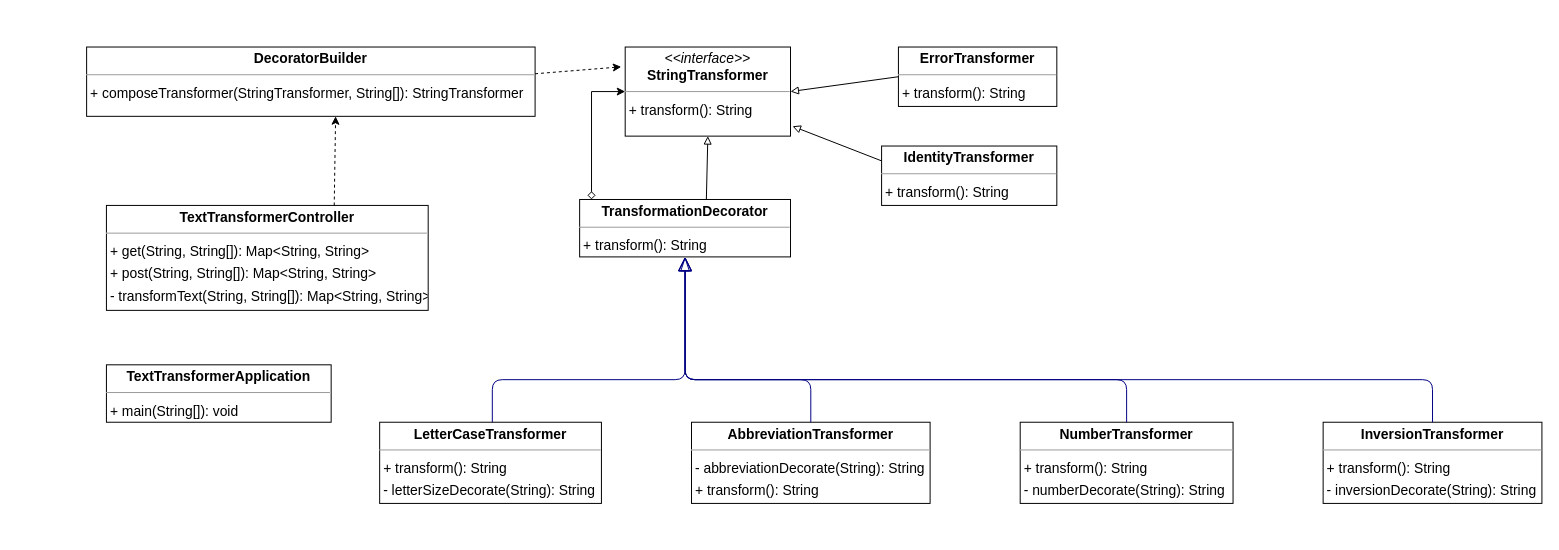
JakubWieclaw/IOD-L11-Alpha keeps this draw.io diagram as IOD_L11_Alpha_UML.drawio. Above is the earlier version. Source tidied: cells renumbered, new cells numbered last; positions are measured from the earlier drawing's top-left corner, leaving out a move shared by most shapes. Both pictures are drawn from the tidied source at 99%, with x=0, y=0 at pixel (86, 47).
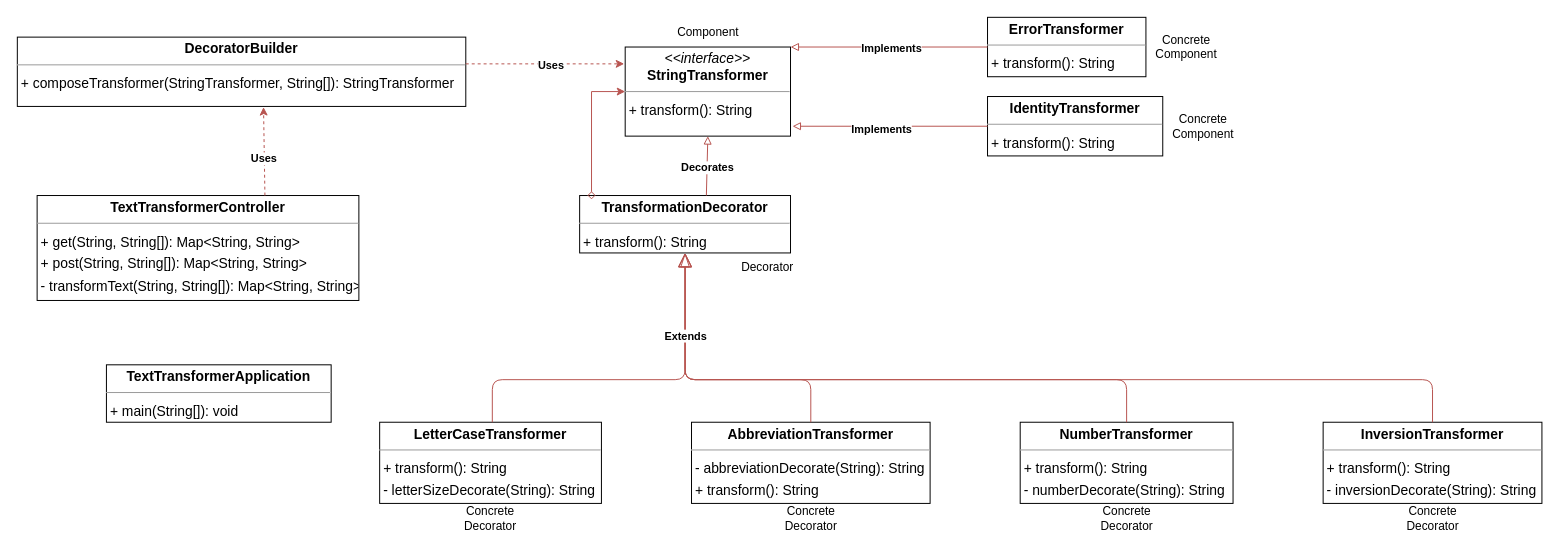
Above is the later version.

Unchanged cells that the change refers to:
```xml
<mxCell id="2" value="&lt;p style=&quot;margin:0px;margin-top:4px;text-align:center;&quot;&gt;&lt;b&gt;AbbreviationTransformer&lt;/b&gt;&lt;/p&gt;&lt;hr size=&quot;1&quot;/&gt;&lt;p style=&quot;margin:0 0 0 4px;line-height:1.6;&quot;&gt;- abbreviationDecorate(String): String&lt;br/&gt;+ transform(): String&lt;/p&gt;" style="verticalAlign=top;align=left;overflow=fill;fontSize=14;fontFamily=Helvetica;html=1;rounded=0;shadow=0;comic=0;labelBackgroundColor=none;strokeWidth=1;" parent="1" vertex="1">
  <mxGeometry x="611" y="379" width="241" height="82" as="geometry" />
</mxCell>
<mxCell id="6" value="&lt;p style=&quot;margin:0px;margin-top:4px;text-align:center;&quot;&gt;&lt;b&gt;InversionTransformer&lt;/b&gt;&lt;/p&gt;&lt;hr size=&quot;1&quot;/&gt;&lt;p style=&quot;margin:0 0 0 4px;line-height:1.6;&quot;&gt;+ transform(): String&lt;br/&gt;- inversionDecorate(String): String&lt;/p&gt;" style="verticalAlign=top;align=left;overflow=fill;fontSize=14;fontFamily=Helvetica;html=1;rounded=0;shadow=0;comic=0;labelBackgroundColor=none;strokeWidth=1;" parent="1" vertex="1">
  <mxGeometry x="1249" y="379" width="221" height="82" as="geometry" />
</mxCell>
<mxCell id="7" value="&lt;p style=&quot;margin:0px;margin-top:4px;text-align:center;&quot;&gt;&lt;b&gt;LetterCaseTransformer&lt;/b&gt;&lt;/p&gt;&lt;hr size=&quot;1&quot;/&gt;&lt;p style=&quot;margin:0 0 0 4px;line-height:1.6;&quot;&gt;+ transform(): String&lt;br/&gt;- letterSizeDecorate(String): String&lt;/p&gt;" style="verticalAlign=top;align=left;overflow=fill;fontSize=14;fontFamily=Helvetica;html=1;rounded=0;shadow=0;comic=0;labelBackgroundColor=none;strokeWidth=1;" parent="1" vertex="1">
  <mxGeometry x="296" y="379" width="224" height="82" as="geometry" />
</mxCell>
<mxCell id="8" value="&lt;p style=&quot;margin:0px;margin-top:4px;text-align:center;&quot;&gt;&lt;b&gt;NumberTransformer&lt;/b&gt;&lt;/p&gt;&lt;hr size=&quot;1&quot;/&gt;&lt;p style=&quot;margin:0 0 0 4px;line-height:1.6;&quot;&gt;+ transform(): String&lt;br/&gt;- numberDecorate(String): String&lt;/p&gt;" style="verticalAlign=top;align=left;overflow=fill;fontSize=14;fontFamily=Helvetica;html=1;rounded=0;shadow=0;comic=0;labelBackgroundColor=none;strokeWidth=1;" parent="1" vertex="1">
  <mxGeometry x="943" y="379" width="215" height="82" as="geometry" />
</mxCell>
<mxCell id="9" value="&lt;p style=&quot;margin:0px;margin-top:4px;text-align:center;&quot;&gt;&lt;i&gt;&amp;lt;&amp;lt;interface&amp;gt;&amp;gt;&lt;/i&gt;&lt;br/&gt;&lt;b&gt;StringTransformer&lt;/b&gt;&lt;/p&gt;&lt;hr size=&quot;1&quot;/&gt;&lt;p style=&quot;margin:0 0 0 4px;line-height:1.6;&quot;&gt;+ transform(): String&lt;/p&gt;" style="verticalAlign=top;align=left;overflow=fill;fontSize=14;fontFamily=Helvetica;html=1;rounded=0;shadow=0;comic=0;labelBackgroundColor=none;strokeWidth=1;" parent="1" vertex="1">
  <mxGeometry x="544" width="167" height="90" as="geometry" />
</mxCell>
```

Change to the diagram source:
```diff
@@
     <mxCell id="3" value="&lt;p style=&quot;margin:0px;margin-top:4px;text-align:center;&quot;&gt;&lt;b&gt;DecoratorBuilder&lt;/b&gt;&lt;/p&gt;&lt;hr size=&quot;1&quot;/&gt;&lt;p style=&quot;margin:0 0 0 4px;line-height:1.6;&quot;&gt;+ composeTransformer(StringTransformer, String[]): StringTransformer&lt;/p&gt;" style="verticalAlign=top;align=left;overflow=fill;fontSize=14;fontFamily=Helvetica;html=1;rounded=0;shadow=0;comic=0;labelBackgroundColor=none;strokeWidth=1;" parent="1" vertex="1">
-      <mxGeometry width="453" height="70" as="geometry" />
+      <mxGeometry x="-70" y="-10" width="453" height="70" as="geometry" />
     </mxCell>
     <mxCell id="4" value="&lt;p style=&quot;margin:0px;margin-top:4px;text-align:center;&quot;&gt;&lt;b&gt;ErrorTransformer&lt;/b&gt;&lt;/p&gt;&lt;hr size=&quot;1&quot;/&gt;&lt;p style=&quot;margin:0 0 0 4px;line-height:1.6;&quot;&gt;+ transform(): String&lt;/p&gt;" style="verticalAlign=top;align=left;overflow=fill;fontSize=14;fontFamily=Helvetica;html=1;rounded=0;shadow=0;comic=0;labelBackgroundColor=none;strokeWidth=1;" parent="1" vertex="1">
-      <mxGeometry x="820" width="160" height="60" as="geometry" />
+      <mxGeometry x="910" y="-30" width="160" height="60" as="geometry" />
     </mxCell>
     <mxCell id="5" value="&lt;p style=&quot;margin:0px;margin-top:4px;text-align:center;&quot;&gt;&lt;b&gt;IdentityTransformer&lt;/b&gt;&lt;/p&gt;&lt;hr size=&quot;1&quot;/&gt;&lt;p style=&quot;margin:0 0 0 4px;line-height:1.6;&quot;&gt;+ transform(): String&lt;/p&gt;" style="verticalAlign=top;align=left;overflow=fill;fontSize=14;fontFamily=Helvetica;html=1;rounded=0;shadow=0;comic=0;labelBackgroundColor=none;strokeWidth=1;" parent="1" vertex="1">
-      <mxGeometry x="803" y="100" width="177" height="60" as="geometry" />
+      <mxGeometry x="910" y="50" width="177" height="60" as="geometry" />
     </mxCell>
@@
     <mxCell id="11" value="&lt;p style=&quot;margin:0px;margin-top:4px;text-align:center;&quot;&gt;&lt;b&gt;TextTransformerController&lt;/b&gt;&lt;/p&gt;&lt;hr size=&quot;1&quot;/&gt;&lt;p style=&quot;margin:0 0 0 4px;line-height:1.6;&quot;&gt;+ get(String, String[]): Map&amp;lt;String, String&amp;gt;&lt;br/&gt;+ post(String, String[]): Map&amp;lt;String, String&amp;gt;&lt;br/&gt;- transformText(String, String[]): Map&amp;lt;String, String&amp;gt;&lt;/p&gt;" style="verticalAlign=top;align=left;overflow=fill;fontSize=14;fontFamily=Helvetica;html=1;rounded=0;shadow=0;comic=0;labelBackgroundColor=none;strokeWidth=1;" parent="1" vertex="1">
-      <mxGeometry x="20" y="160" width="325" height="106" as="geometry" />
+      <mxGeometry x="-50" y="150" width="325" height="106" as="geometry" />
     </mxCell>
     <mxCell id="12" value="&lt;p style=&quot;margin:0px;margin-top:4px;text-align:center;&quot;&gt;&lt;b&gt;TransformationDecorator&lt;/b&gt;&lt;/p&gt;&lt;hr size=&quot;1&quot;/&gt;&lt;p style=&quot;margin:0 0 0 4px;line-height:1.6;&quot;&gt;+ transform(): String&lt;/p&gt;" style="verticalAlign=top;align=left;overflow=fill;fontSize=14;fontFamily=Helvetica;html=1;rounded=0;shadow=0;comic=0;labelBackgroundColor=none;strokeWidth=1;" parent="1" vertex="1">
-      <mxGeometry x="498" y="154" width="213" height="58" as="geometry" />
+      <mxGeometry x="498" y="150" width="213" height="58" as="geometry" />
     </mxCell>
-    <mxCell id="13" style="html=1;rounded=1;edgeStyle=orthogonalEdgeStyle;dashed=0;startArrow=none;endArrow=blockThin;endSize=12;strokeColor=#000082;exitX=0.500;exitY=0.000;exitDx=0;exitDy=0;entryX=0.500;entryY=1.000;entryDx=0;entryDy=0;endFill=0;" parent="1" edge="1" source="2" target="12">
+    <mxCell id="13" style="html=1;rounded=1;edgeStyle=orthogonalEdgeStyle;dashed=0;startArrow=none;endArrow=blockThin;endSize=12;strokeColor=#b85450;exitX=0.500;exitY=0.000;exitDx=0;exitDy=0;entryX=0.500;entryY=1.000;entryDx=0;entryDy=0;endFill=0;fillColor=#f8cecc;" parent="1" edge="1" source="2" target="12">
       <mxGeometry relative="1" as="geometry">
         <Array as="points">
           <mxPoint x="732" y="336" />
           <mxPoint x="605" y="336" />
         </Array>
       </mxGeometry>
     </mxCell>
-    <mxCell id="14" style="html=1;rounded=1;edgeStyle=orthogonalEdgeStyle;dashed=0;startArrow=none;endArrow=block;endSize=12;strokeColor=#000082;exitX=0.500;exitY=0.001;exitDx=0;exitDy=0;entryX=0.500;entryY=1.000;entryDx=0;entryDy=0;endFill=0;" parent="1" edge="1" source="6" target="12">
+    <mxCell id="14" style="html=1;rounded=1;edgeStyle=orthogonalEdgeStyle;dashed=0;startArrow=none;endArrow=block;endSize=12;strokeColor=#b85450;exitX=0.500;exitY=0.001;exitDx=0;exitDy=0;entryX=0.500;entryY=1.000;entryDx=0;entryDy=0;endFill=0;fillColor=#f8cecc;" parent="1" edge="1" source="6" target="12">
       <mxGeometry relative="1" as="geometry">
         <Array as="points">
           <mxPoint x="1360" y="336" />
           <mxPoint x="605" y="336" />
         </Array>
       </mxGeometry>
     </mxCell>
-    <mxCell id="15" style="html=1;rounded=1;edgeStyle=orthogonalEdgeStyle;dashed=0;startArrow=none;endArrow=block;endSize=12;strokeColor=#000082;exitX=0.508;exitY=0.000;exitDx=0;exitDy=0;entryX=0.500;entryY=1.000;entryDx=0;entryDy=0;endFill=0;" parent="1" edge="1" source="7" target="12">
+    <mxCell id="15" style="html=1;rounded=1;edgeStyle=orthogonalEdgeStyle;dashed=0;startArrow=none;endArrow=block;endSize=12;strokeColor=#b85450;exitX=0.508;exitY=0.000;exitDx=0;exitDy=0;entryX=0.500;entryY=1.000;entryDx=0;entryDy=0;endFill=0;fillColor=#f8cecc;" parent="1" edge="1" source="7" target="12">
       <mxGeometry relative="1" as="geometry">
         <Array as="points">
           <mxPoint x="410" y="336" />
           <mxPoint x="605" y="336" />
         </Array>
       </mxGeometry>
     </mxCell>
-    <mxCell id="16" style="html=1;rounded=1;edgeStyle=orthogonalEdgeStyle;dashed=0;startArrow=none;endArrow=block;endSize=12;strokeColor=#000082;exitX=0.500;exitY=0.000;exitDx=0;exitDy=0;entryX=0.500;entryY=1.000;entryDx=0;entryDy=0;endFill=0;" parent="1" edge="1" source="8" target="12">
+    <mxCell id="16" style="html=1;rounded=1;edgeStyle=orthogonalEdgeStyle;dashed=0;startArrow=none;endArrow=block;endSize=12;strokeColor=#b85450;exitX=0.500;exitY=0.000;exitDx=0;exitDy=0;entryX=0.500;entryY=1.000;entryDx=0;entryDy=0;endFill=0;fillColor=#f8cecc;" parent="1" edge="1" source="8" target="12">
       <mxGeometry relative="1" as="geometry">
         <Array as="points">
           <mxPoint x="1051" y="336" />
           <mxPoint x="605" y="336" />
         </Array>
       </mxGeometry>
     </mxCell>
+    <mxCell id="23" value="&lt;b&gt;Extends&lt;/b&gt;" style="edgeLabel;html=1;align=center;verticalAlign=middle;" parent="16" vertex="1">
+      <mxGeometry x="0.73" relative="1" as="geometry" />
+    </mxCell>
-    <mxCell id="17" style="endArrow=block;html=1;rounded=0;exitX=0.601;exitY=0;exitDx=0;exitDy=0;entryX=0.5;entryY=1;entryDx=0;entryDy=0;endFill=0;exitPerimeter=0;" parent="1" edge="1" source="12" target="9">
+    <mxCell id="17" style="endArrow=block;html=1;rounded=0;exitX=0.601;exitY=0;exitDx=0;exitDy=0;entryX=0.5;entryY=1;entryDx=0;entryDy=0;endFill=0;exitPerimeter=0;fillColor=#f8cecc;strokeColor=#b85450;" parent="1" edge="1" source="12" target="9">
       <mxGeometry relative="1" as="geometry" />
     </mxCell>
+    <mxCell id="24" value="&lt;b&gt;Decorates&lt;/b&gt;" style="edgeLabel;html=1;align=center;verticalAlign=middle;" parent="17" vertex="1">
+      <mxGeometry x="-0.02" relative="1" as="geometry" />
+    </mxCell>
-    <mxCell id="18" style="endArrow=block;html=1;rounded=0;exitX=0;exitY=0.25;exitDx=0;exitDy=0;entryX=1.012;entryY=0.889;entryDx=0;entryDy=0;endFill=0;entryPerimeter=0;" parent="1" edge="1" source="5" target="9">
+    <mxCell id="18" style="endArrow=block;html=1;rounded=0;entryX=1.012;entryY=0.889;entryDx=0;entryDy=0;endFill=0;entryPerimeter=0;fillColor=#f8cecc;strokeColor=#b85450;exitX=0;exitY=0.5;exitDx=0;exitDy=0;" parent="1" edge="1" source="5" target="9">
       <mxGeometry relative="1" as="geometry" />
     </mxCell>
+    <mxCell id="25" value="&lt;b&gt;Implements&lt;/b&gt;" style="edgeLabel;html=1;align=center;verticalAlign=middle;" parent="18" vertex="1">
+      <mxGeometry x="0.1" y="2" relative="1" as="geometry" />
+    </mxCell>
-    <mxCell id="19" style="endArrow=block;html=1;rounded=0;exitX=0;exitY=0.5;exitDx=0;exitDy=0;endFill=0;entryX=1;entryY=0.5;entryDx=0;entryDy=0;" parent="1" edge="1" source="4" target="9">
+    <mxCell id="19" style="endArrow=block;html=1;rounded=0;endFill=0;entryX=1;entryY=0;entryDx=0;entryDy=0;fillColor=#f8cecc;strokeColor=#b85450;exitX=0;exitY=0.5;exitDx=0;exitDy=0;" parent="1" edge="1" source="4" target="9">
       <mxGeometry relative="1" as="geometry" />
     </mxCell>
+    <mxCell id="26" value="&lt;b style=&quot;border-color: var(--border-color);&quot;&gt;Implements&lt;/b&gt;" style="edgeLabel;html=1;align=center;verticalAlign=middle;" parent="19" vertex="1">
+      <mxGeometry x="-0.02" y="1" relative="1" as="geometry" />
+    </mxCell>
-    <mxCell id="20" style="endArrow=classic;html=1;rounded=0;entryX=0;entryY=0.5;entryDx=0;entryDy=0;startArrow=diamond;startFill=0;" parent="1" edge="1" target="9">
+    <mxCell id="20" style="endArrow=classic;html=1;rounded=0;entryX=0;entryY=0.5;entryDx=0;entryDy=0;startArrow=diamond;startFill=0;fillColor=#f8cecc;strokeColor=#b85450;" parent="1" edge="1" target="9">
       <mxGeometry relative="1" as="geometry">
         <mxPoint x="510" y="154" as="sourcePoint" />
         <Array as="points">
           <mxPoint x="510" y="45" />
         </Array>
       </mxGeometry>
     </mxCell>
-    <mxCell id="21" style="endArrow=classic;html=1;rounded=0;exitX=0.708;exitY=0;exitDx=0;exitDy=0;exitPerimeter=0;dashed=1;" parent="1" edge="1" source="11">
-      <mxGeometry relative="1" as="geometry">
-        <mxPoint x="251.5" y="70" as="targetPoint" />
-      </mxGeometry>
+    <mxCell id="21" style="endArrow=classic;html=1;rounded=0;exitX=0.708;exitY=0;exitDx=0;exitDy=0;exitPerimeter=0;dashed=1;fillColor=#f8cecc;strokeColor=#b85450;entryX=0.549;entryY=1.01;entryDx=0;entryDy=0;entryPerimeter=0;" parent="1" edge="1" source="11" target="3">
+      <mxGeometry relative="1" as="geometry" />
     </mxCell>
+    <mxCell id="27" value="&lt;b&gt;Uses&lt;/b&gt;" style="edgeLabel;html=1;align=center;verticalAlign=middle;" parent="21" vertex="1">
+      <mxGeometry x="-0.16" y="1" relative="1" as="geometry" />
+    </mxCell>
-    <mxCell id="22" style="endArrow=classic;html=1;rounded=0;dashed=1;exitX=1;exitY=0.386;exitDx=0;exitDy=0;exitPerimeter=0;" parent="1" edge="1" source="3">
-      <mxGeometry relative="1" as="geometry">
-        <mxPoint x="540" y="20" as="targetPoint" />
-      </mxGeometry>
+    <mxCell id="22" style="endArrow=classic;html=1;rounded=0;dashed=1;exitX=1;exitY=0.386;exitDx=0;exitDy=0;exitPerimeter=0;fillColor=#f8cecc;strokeColor=#b85450;entryX=-0.006;entryY=0.189;entryDx=0;entryDy=0;entryPerimeter=0;" parent="1" edge="1" source="3" target="9">
+      <mxGeometry relative="1" as="geometry" />
     </mxCell>
+    <mxCell id="28" value="&lt;b&gt;Uses&lt;/b&gt;" style="edgeLabel;html=1;align=center;verticalAlign=middle;" parent="22" vertex="1">
+      <mxGeometry x="0.06" y="-1" relative="1" as="geometry" />
+    </mxCell>
+    <mxCell id="29" value="Component" style="text;strokeColor=none;align=center;fillColor=none;html=1;verticalAlign=middle;whiteSpace=wrap;rounded=0;" parent="1" vertex="1">
+      <mxGeometry x="597.5" y="-30" width="60" height="30" as="geometry" />
+    </mxCell>
+    <mxCell id="30" value="Concrete Decorator" style="text;strokeColor=none;align=center;fillColor=none;html=1;verticalAlign=middle;whiteSpace=wrap;rounded=0;" parent="1" vertex="1">
+      <mxGeometry x="378" y="461" width="60" height="30" as="geometry" />
+    </mxCell>
+    <mxCell id="31" value="Concrete Decorator" style="text;strokeColor=none;align=center;fillColor=none;html=1;verticalAlign=middle;whiteSpace=wrap;rounded=0;" parent="1" vertex="1">
+      <mxGeometry x="701.5" y="461" width="60" height="30" as="geometry" />
+    </mxCell>
+    <mxCell id="32" value="Concrete Decorator" style="text;strokeColor=none;align=center;fillColor=none;html=1;verticalAlign=middle;whiteSpace=wrap;rounded=0;" parent="1" vertex="1">
+      <mxGeometry x="1020.5" y="461" width="60" height="30" as="geometry" />
+    </mxCell>
+    <mxCell id="33" value="Concrete Decorator" style="text;strokeColor=none;align=center;fillColor=none;html=1;verticalAlign=middle;whiteSpace=wrap;rounded=0;" parent="1" vertex="1">
+      <mxGeometry x="1329.5" y="461" width="60" height="30" as="geometry" />
+    </mxCell>
+    <mxCell id="34" value="Decorator" style="text;strokeColor=none;align=center;fillColor=none;html=1;verticalAlign=middle;whiteSpace=wrap;rounded=0;" parent="1" vertex="1">
+      <mxGeometry x="657.5" y="208" width="60" height="30" as="geometry" />
+    </mxCell>
+    <mxCell id="35" value="Concrete Component" style="text;strokeColor=none;align=center;fillColor=none;html=1;verticalAlign=middle;whiteSpace=wrap;rounded=0;" parent="1" vertex="1">
+      <mxGeometry x="1080.5" y="-15" width="60" height="30" as="geometry" />
+    </mxCell>
+    <mxCell id="36" value="Concrete Component" style="text;strokeColor=none;align=center;fillColor=none;html=1;verticalAlign=middle;whiteSpace=wrap;rounded=0;" parent="1" vertex="1">
+      <mxGeometry x="1098" y="65" width="60" height="30" as="geometry" />
+    </mxCell>
```
